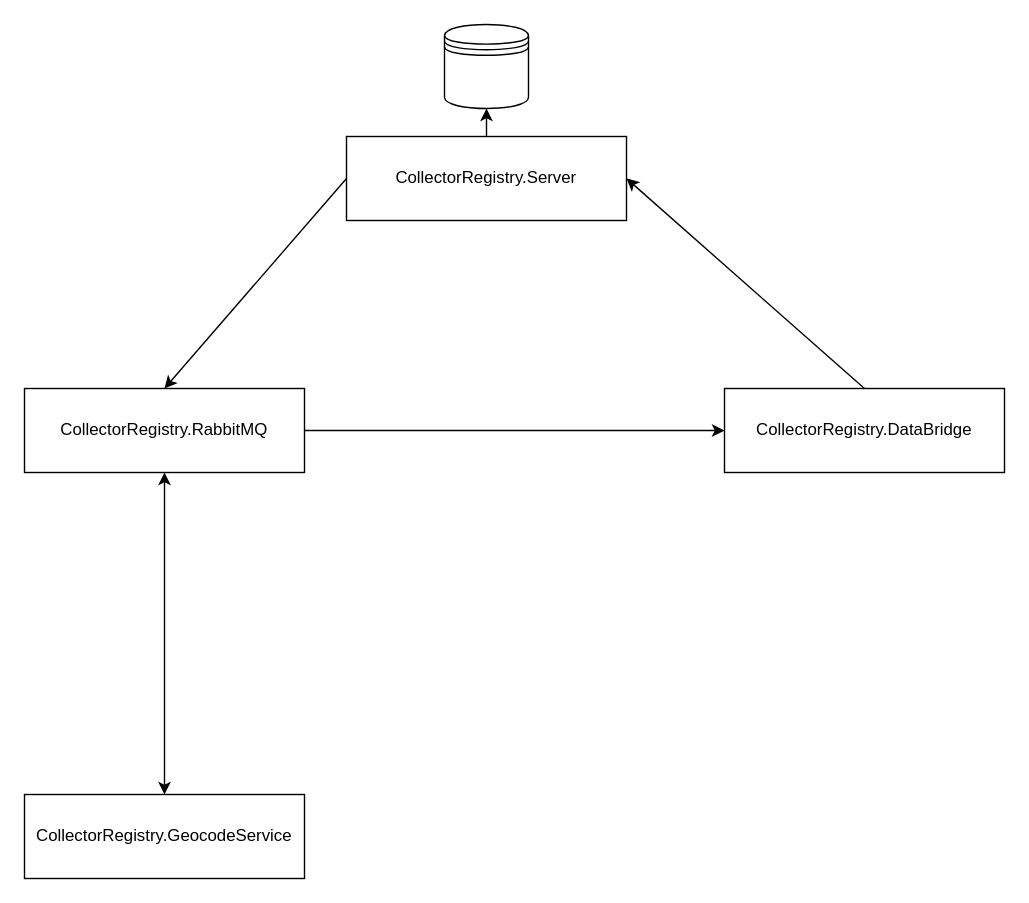
srenner/CollectorRegistry keeps this draw.io diagram as doc/Architecture.drawio. Above is the earlier version. Source tidied: cells renumbered, new cells numbered last; positions are measured from the earlier drawing's top-left corner, leaving out a move shared by most shapes. Both pictures are drawn from the tidied source at 140%, with x=0, y=0 at pixel (24, 24).
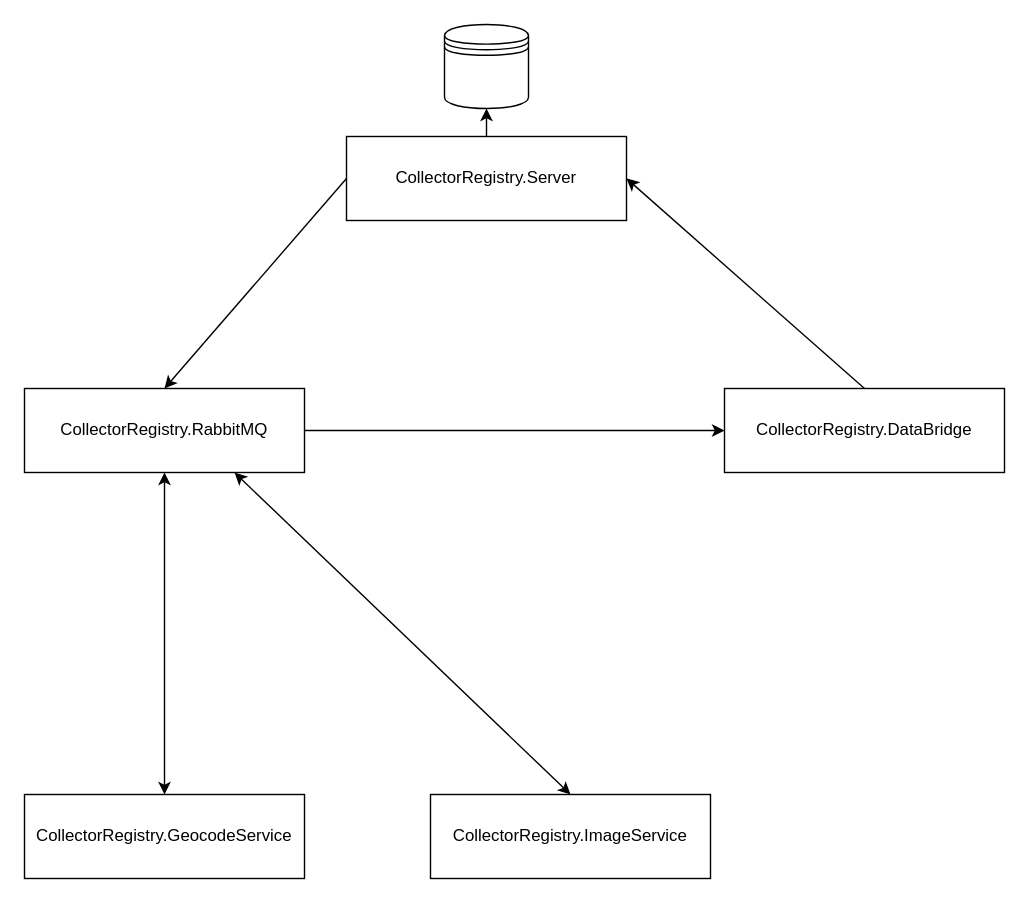
Above is the later version.

Diff of the diagram source:
```diff
@@
 <mxGraphModel>
   <root>
     <mxCell id="0" />
     <mxCell id="1" parent="0" />
     <mxCell id="2" value="CollectorRegistry.Server" style="rounded=0;whiteSpace=wrap;html=1;" parent="1" vertex="1">
       <mxGeometry x="230" y="80" width="200" height="60" as="geometry" />
     </mxCell>
     <mxCell id="3" style="shape=datastore;whiteSpace=wrap;html=1;" parent="1" vertex="1">
       <mxGeometry x="300" width="60" height="60" as="geometry" />
     </mxCell>
     <mxCell id="4" value="CollectorRegistry.RabbitMQ" style="rounded=0;whiteSpace=wrap;html=1;" parent="1" vertex="1">
       <mxGeometry y="260" width="200" height="60" as="geometry" />
     </mxCell>
     <mxCell id="5" value="CollectorRegistry.GeocodeService" style="rounded=0;whiteSpace=wrap;html=1;" parent="1" vertex="1">
       <mxGeometry y="550" width="200" height="60" as="geometry" />
     </mxCell>
     <mxCell id="6" value="CollectorRegistry.DataBridge" style="rounded=0;whiteSpace=wrap;html=1;" parent="1" vertex="1">
       <mxGeometry x="500" y="260" width="200" height="60" as="geometry" />
     </mxCell>
     <mxCell id="7" style="endArrow=classic;startArrow=classic;html=1;rounded=0;exitX=0.5;exitY=0;exitDx=0;exitDy=0;entryX=0.5;entryY=1;entryDx=0;entryDy=0;" parent="1" edge="1" source="5" target="4">
       <mxGeometry relative="1" as="geometry" />
     </mxCell>
     <mxCell id="8" style="endArrow=classic;html=1;rounded=0;exitX=1;exitY=0.5;exitDx=0;exitDy=0;entryX=0;entryY=0.5;entryDx=0;entryDy=0;" parent="1" edge="1" source="4" target="6">
       <mxGeometry relative="1" as="geometry" />
     </mxCell>
     <mxCell id="9" style="endArrow=classic;html=1;rounded=0;exitX=0.5;exitY=0;exitDx=0;exitDy=0;entryX=1;entryY=0.5;entryDx=0;entryDy=0;" parent="1" edge="1" source="6" target="2">
       <mxGeometry relative="1" as="geometry" />
     </mxCell>
     <mxCell id="10" style="endArrow=classic;html=1;rounded=0;exitX=0;exitY=0.5;exitDx=0;exitDy=0;entryX=0.5;entryY=0;entryDx=0;entryDy=0;" parent="1" edge="1" source="2" target="4">
       <mxGeometry relative="1" as="geometry" />
     </mxCell>
     <mxCell id="11" style="endArrow=classic;html=1;rounded=0;exitX=0.5;exitY=0;exitDx=0;exitDy=0;entryX=0.5;entryY=1;entryDx=0;entryDy=0;" parent="1" edge="1" source="2" target="3">
       <mxGeometry relative="1" as="geometry" />
     </mxCell>
+    <mxCell id="12" value="CollectorRegistry.ImageService" style="rounded=0;whiteSpace=wrap;html=1;" parent="1" vertex="1">
+      <mxGeometry x="290" y="550" width="200" height="60" as="geometry" />
+    </mxCell>
+    <mxCell id="13" style="endArrow=classic;startArrow=classic;html=1;rounded=0;entryX=0.5;entryY=0;entryDx=0;entryDy=0;exitX=0.75;exitY=1;exitDx=0;exitDy=0;" parent="1" edge="1" source="4" target="12">
+      <mxGeometry relative="1" as="geometry" />
+    </mxCell>
   </root>
 </mxGraphModel>
```
